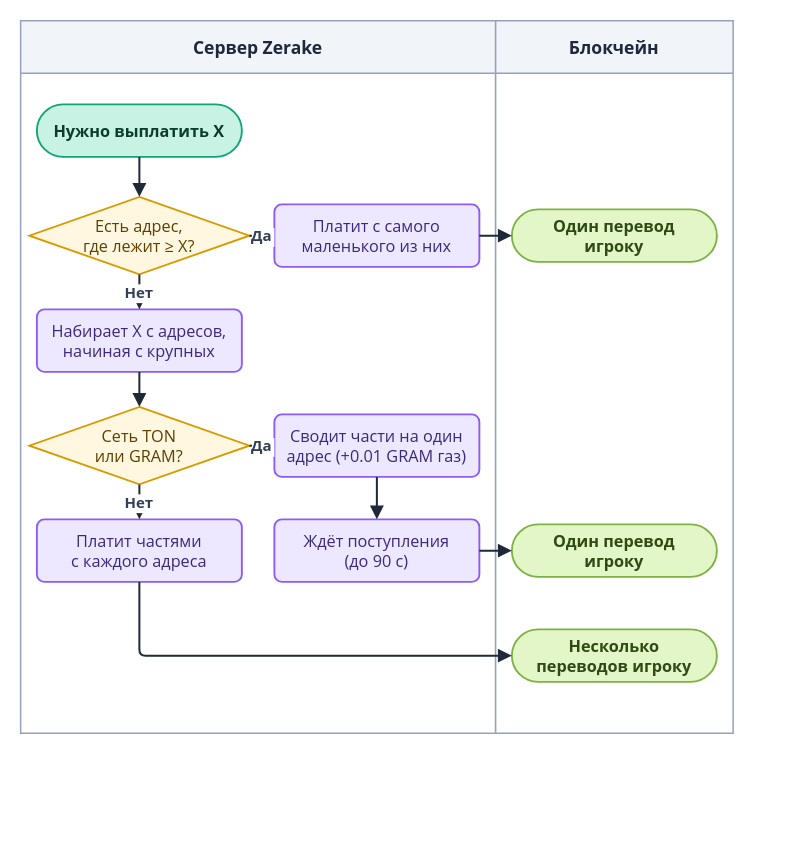
Before: diagrams/drawio/payout-sources.drawio in LILSUFFER/zerake-docs, a draw.io diagram. Source tidied: cells renumbered, new cells numbered last; positions are measured from the earlier drawing's top-left corner, leaving out a move shared by most shapes. Both pictures are drawn from the tidied source at 125%, with x=0, y=0 at pixel (20, 20).
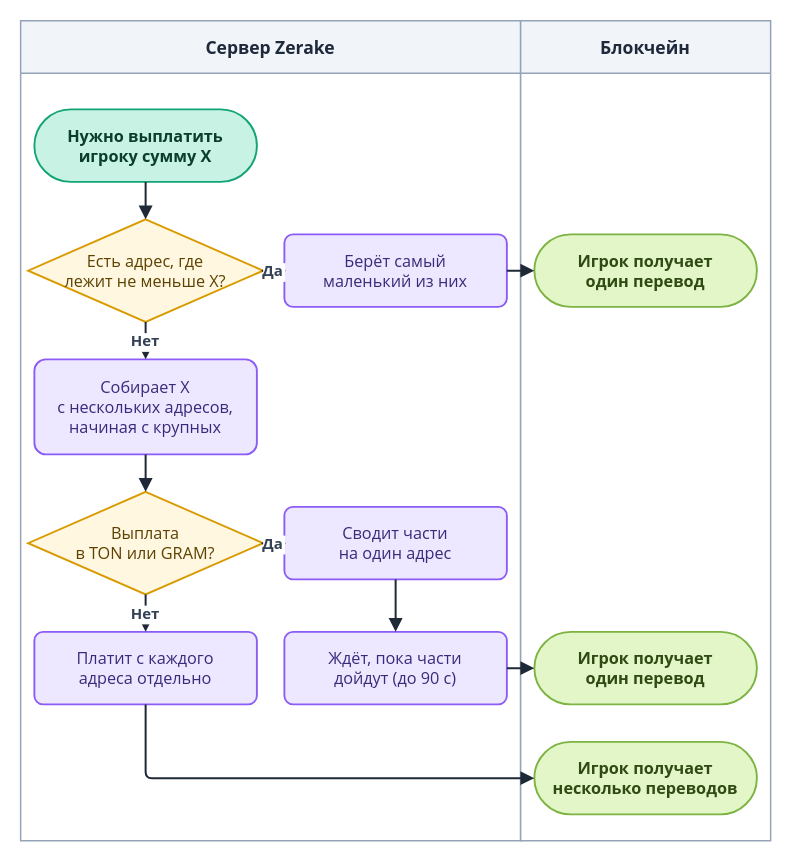
After the change.

Change to the diagram source:
```diff
@@
     <mxCell id="2" value="Сервер Zerake" style="swimlane;horizontal=1;startSize=42;fillColor=#F1F4F9;swimlaneFillColor=#FFFFFF;strokeColor=#94A3B8;fontColor=#1E293B;fontStyle=1;fontSize=14;fontFamily=Segoe UI;strokeWidth=1.2;" parent="1" vertex="1">
-      <mxGeometry width="380" height="570" as="geometry" />
+      <mxGeometry width="400" height="656" as="geometry" />
     </mxCell>
     <mxCell id="3" value="Блокчейн" style="swimlane;horizontal=1;startSize=42;fillColor=#F1F4F9;swimlaneFillColor=#FFFFFF;strokeColor=#94A3B8;fontColor=#1E293B;fontStyle=1;fontSize=14;fontFamily=Segoe UI;strokeWidth=1.2;" parent="1" vertex="1">
-      <mxGeometry x="380" width="190" height="570" as="geometry" />
+      <mxGeometry x="400" width="200" height="656" as="geometry" />
     </mxCell>
-    <mxCell id="4" value="Нужно выплатить X" style="rounded=1;arcSize=50;html=0;fontStyle=1;fillColor=#C7F2E4;strokeColor=#12A477;fontColor=#0B3D2C;fontFamily=Segoe UI;fontSize=13;strokeWidth=1.5;" parent="1" vertex="1">
-      <mxGeometry x="13" y="67" width="164" height="42" as="geometry" />
+    <mxCell id="4" value="Нужно выплатить&#10;игроку сумму X" style="rounded=1;arcSize=50;html=0;fontStyle=1;fillColor=#C7F2E4;strokeColor=#12A477;fontColor=#0B3D2C;fontFamily=Segoe UI;fontSize=13;strokeWidth=1.5;" parent="1" vertex="1">
+      <mxGeometry x="11" y="71" width="178" height="58" as="geometry" />
     </mxCell>
-    <mxCell id="5" value="Есть адрес,&#10;где лежит ≥ X?" style="rhombus;html=0;fillColor=#FFF7E0;strokeColor=#D99A00;fontColor=#5C4100;fontFamily=Segoe UI;fontSize=13;strokeWidth=1.5;" parent="1" vertex="1">
-      <mxGeometry x="7" y="141" width="176" height="62" as="geometry" />
+    <mxCell id="5" value="Есть адрес, где&#10;лежит не меньше X?" style="rhombus;html=0;fillColor=#FFF7E0;strokeColor=#D99A00;fontColor=#5C4100;fontFamily=Segoe UI;fontSize=13;strokeWidth=1.5;" parent="1" vertex="1">
+      <mxGeometry x="6" y="159" width="188" height="82" as="geometry" />
     </mxCell>
-    <mxCell id="6" value="Платит с самого&#10;маленького из них" style="rounded=1;arcSize=12;html=0;fillColor=#EDE7FF;strokeColor=#8B5CF6;fontColor=#3B2A7A;fontFamily=Segoe UI;fontSize=13;strokeWidth=1.5;" parent="1" vertex="1">
-      <mxGeometry x="203" y="147" width="164" height="50" as="geometry" />
+    <mxCell id="6" value="Берёт самый&#10;маленький из них" style="rounded=1;arcSize=12;html=0;fillColor=#EDE7FF;strokeColor=#8B5CF6;fontColor=#3B2A7A;fontFamily=Segoe UI;fontSize=13;strokeWidth=1.5;" parent="1" vertex="1">
+      <mxGeometry x="211" y="171" width="178" height="58" as="geometry" />
     </mxCell>
-    <mxCell id="7" value="Один перевод&#10;игроку" style="rounded=1;arcSize=50;html=0;fontStyle=1;fillColor=#E3F6C8;strokeColor=#7CB342;fontColor=#2F4A12;fontFamily=Segoe UI;fontSize=13;strokeWidth=1.5;" parent="1" vertex="1">
-      <mxGeometry x="393" y="151" width="164" height="42" as="geometry" />
+    <mxCell id="7" value="Игрок получает&#10;один перевод" style="rounded=1;arcSize=50;html=0;fontStyle=1;fillColor=#E3F6C8;strokeColor=#7CB342;fontColor=#2F4A12;fontFamily=Segoe UI;fontSize=13;strokeWidth=1.5;" parent="1" vertex="1">
+      <mxGeometry x="411" y="171" width="178" height="58" as="geometry" />
     </mxCell>
-    <mxCell id="8" value="Набирает X с адресов,&#10;начиная с крупных" style="rounded=1;arcSize=12;html=0;fillColor=#EDE7FF;strokeColor=#8B5CF6;fontColor=#3B2A7A;fontFamily=Segoe UI;fontSize=13;strokeWidth=1.5;" parent="1" vertex="1">
-      <mxGeometry x="13" y="231" width="164" height="50" as="geometry" />
+    <mxCell id="8" value="Собирает X&#10;с нескольких адресов,&#10;начиная с крупных" style="rounded=1;arcSize=12;html=0;fillColor=#EDE7FF;strokeColor=#8B5CF6;fontColor=#3B2A7A;fontFamily=Segoe UI;fontSize=13;strokeWidth=1.5;" parent="1" vertex="1">
+      <mxGeometry x="11" y="271" width="178" height="76" as="geometry" />
     </mxCell>
-    <mxCell id="9" value="Сеть TON&#10;или GRAM?" style="rhombus;html=0;fillColor=#FFF7E0;strokeColor=#D99A00;fontColor=#5C4100;fontFamily=Segoe UI;fontSize=13;strokeWidth=1.5;" parent="1" vertex="1">
-      <mxGeometry x="7" y="309" width="176" height="62" as="geometry" />
+    <mxCell id="9" value="Выплата&#10;в TON или GRAM?" style="rhombus;html=0;fillColor=#FFF7E0;strokeColor=#D99A00;fontColor=#5C4100;fontFamily=Segoe UI;fontSize=13;strokeWidth=1.5;" parent="1" vertex="1">
+      <mxGeometry x="6" y="377" width="188" height="82" as="geometry" />
     </mxCell>
-    <mxCell id="10" value="Сводит части на один&#10;адрес (+0.01 GRAM газ)" style="rounded=1;arcSize=12;html=0;fillColor=#EDE7FF;strokeColor=#8B5CF6;fontColor=#3B2A7A;fontFamily=Segoe UI;fontSize=13;strokeWidth=1.5;" parent="1" vertex="1">
-      <mxGeometry x="203" y="315" width="164" height="50" as="geometry" />
+    <mxCell id="10" value="Сводит части&#10;на один адрес" style="rounded=1;arcSize=12;html=0;fillColor=#EDE7FF;strokeColor=#8B5CF6;fontColor=#3B2A7A;fontFamily=Segoe UI;fontSize=13;strokeWidth=1.5;" parent="1" vertex="1">
+      <mxGeometry x="211" y="389" width="178" height="58" as="geometry" />
     </mxCell>
-    <mxCell id="11" value="Ждёт поступления&#10;(до 90 с)" style="rounded=1;arcSize=12;html=0;fillColor=#EDE7FF;strokeColor=#8B5CF6;fontColor=#3B2A7A;fontFamily=Segoe UI;fontSize=13;strokeWidth=1.5;" parent="1" vertex="1">
-      <mxGeometry x="203" y="399" width="164" height="50" as="geometry" />
+    <mxCell id="11" value="Ждёт, пока части&#10;дойдут (до 90 с)" style="rounded=1;arcSize=12;html=0;fillColor=#EDE7FF;strokeColor=#8B5CF6;fontColor=#3B2A7A;fontFamily=Segoe UI;fontSize=13;strokeWidth=1.5;" parent="1" vertex="1">
+      <mxGeometry x="211" y="489" width="178" height="58" as="geometry" />
     </mxCell>
-    <mxCell id="12" value="Один перевод&#10;игроку" style="rounded=1;arcSize=50;html=0;fontStyle=1;fillColor=#E3F6C8;strokeColor=#7CB342;fontColor=#2F4A12;fontFamily=Segoe UI;fontSize=13;strokeWidth=1.5;" parent="1" vertex="1">
-      <mxGeometry x="393" y="403" width="164" height="42" as="geometry" />
+    <mxCell id="12" value="Игрок получает&#10;один перевод" style="rounded=1;arcSize=50;html=0;fontStyle=1;fillColor=#E3F6C8;strokeColor=#7CB342;fontColor=#2F4A12;fontFamily=Segoe UI;fontSize=13;strokeWidth=1.5;" parent="1" vertex="1">
+      <mxGeometry x="411" y="489" width="178" height="58" as="geometry" />
     </mxCell>
-    <mxCell id="13" value="Платит частями&#10;с каждого адреса" style="rounded=1;arcSize=12;html=0;fillColor=#EDE7FF;strokeColor=#8B5CF6;fontColor=#3B2A7A;fontFamily=Segoe UI;fontSize=13;strokeWidth=1.5;" parent="1" vertex="1">
-      <mxGeometry x="13" y="399" width="164" height="50" as="geometry" />
+    <mxCell id="13" value="Платит с каждого&#10;адреса отдельно" style="rounded=1;arcSize=12;html=0;fillColor=#EDE7FF;strokeColor=#8B5CF6;fontColor=#3B2A7A;fontFamily=Segoe UI;fontSize=13;strokeWidth=1.5;" parent="1" vertex="1">
+      <mxGeometry x="11" y="489" width="178" height="58" as="geometry" />
     </mxCell>
-    <mxCell id="14" value="Несколько&#10;переводов игроку" style="rounded=1;arcSize=50;html=0;fontStyle=1;fillColor=#E3F6C8;strokeColor=#7CB342;fontColor=#2F4A12;fontFamily=Segoe UI;fontSize=13;strokeWidth=1.5;" parent="1" vertex="1">
-      <mxGeometry x="393" y="487" width="164" height="42" as="geometry" />
+    <mxCell id="14" value="Игрок получает&#10;несколько переводов" style="rounded=1;arcSize=50;html=0;fontStyle=1;fillColor=#E3F6C8;strokeColor=#7CB342;fontColor=#2F4A12;fontFamily=Segoe UI;fontSize=13;strokeWidth=1.5;" parent="1" vertex="1">
+      <mxGeometry x="411" y="577" width="178" height="58" as="geometry" />
     </mxCell>
```
